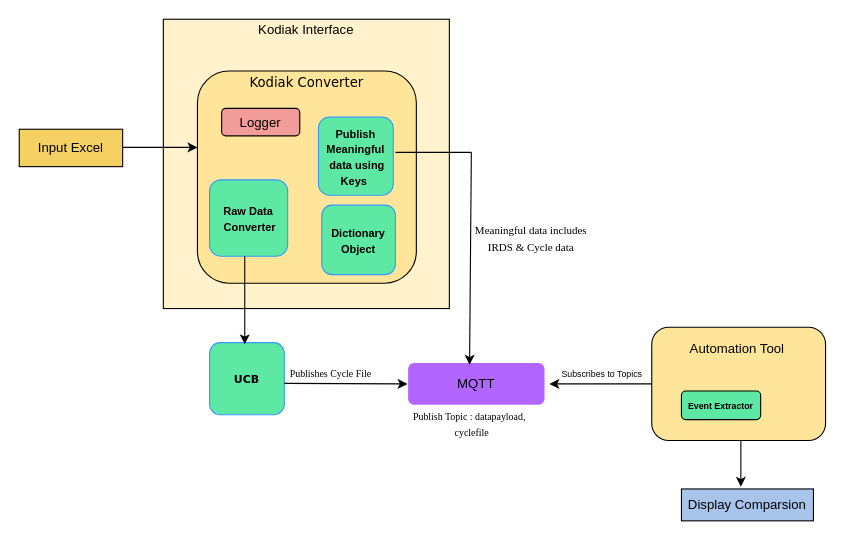
srawat19/Steris-Project keeps this draw.io diagram as Kodiak Structural Diagram.drawio. Above is the earlier version. Source tidied: cells renumbered, new cells numbered last; positions are measured from the earlier drawing's top-left corner, leaving out a move shared by most shapes. Both pictures are drawn from the tidied source at 110%, with x=0, y=0 at pixel (19, 19).
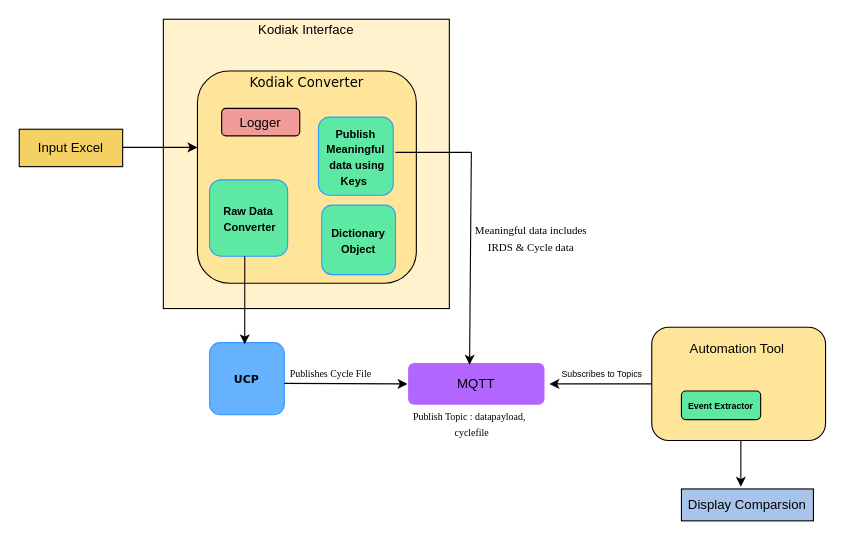
After the change.

Change to the diagram source:
```diff
@@
-    <mxCell id="9" value="&lt;b&gt;&lt;font face=&quot;Verdana&quot; style=&quot;font-size: 10px&quot;&gt;UCB&lt;/font&gt;&lt;/b&gt;" style="rounded=1;whiteSpace=wrap;html=1;fillColor=#5DE8A3;strokeColor=#3399FF;" parent="1" vertex="1">
+    <mxCell id="9" value="&lt;b&gt;&lt;font face=&quot;Verdana&quot; style=&quot;font-size: 10px&quot;&gt;UCP&lt;/font&gt;&lt;/b&gt;" style="rounded=1;whiteSpace=wrap;html=1;fillColor=#66B2FF;strokeColor=#3399FF;" parent="1" vertex="1">
       <mxGeometry x="173" y="294" width="68" height="65.5" as="geometry" />
     </mxCell>
```
